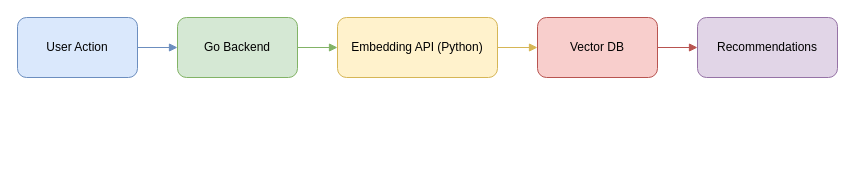
Above: docs/arquitetura.drawio in lorenaziviani/affinity_mind (draw.io), before the change. Source tidied: cells renumbered, new cells numbered last; positions are measured from the earlier drawing's top-left corner, leaving out a move shared by most shapes. Both pictures are drawn from the tidied source at 100%, with x=0, y=0 at pixel (17, 17).
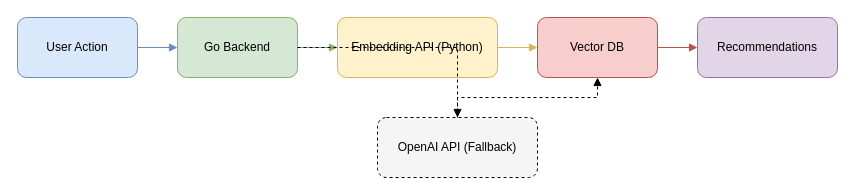
The same page after the edit.

Commit message (it also covers changes not shown here):
Add embedding microservice (FastAPI), update docs and architecture

The edit, as a diff of the source:
```diff
@@
 <mxGraphModel>
   <root>
     <mxCell id="0" />
     <mxCell id="1" parent="0" />
     <mxCell id="2" value="User Action" style="rounded=1;whiteSpace=wrap;html=1;fillColor=#dae8fc;strokeColor=#6c8ebf;" parent="1" vertex="1">
       <mxGeometry width="120" height="60" as="geometry" />
     </mxCell>
     <mxCell id="3" value="Go Backend" style="rounded=1;whiteSpace=wrap;html=1;fillColor=#d5e8d4;strokeColor=#82b366;" parent="1" vertex="1">
       <mxGeometry x="160" width="120" height="60" as="geometry" />
     </mxCell>
     <mxCell id="4" value="Embedding API (Python)" style="rounded=1;whiteSpace=wrap;html=1;fillColor=#fff2cc;strokeColor=#d6b656;" parent="1" vertex="1">
       <mxGeometry x="320" width="160" height="60" as="geometry" />
     </mxCell>
     <mxCell id="5" value="Vector DB" style="rounded=1;whiteSpace=wrap;html=1;fillColor=#f8cecc;strokeColor=#b85450;" parent="1" vertex="1">
       <mxGeometry x="520" width="120" height="60" as="geometry" />
     </mxCell>
     <mxCell id="6" value="Recommendations" style="rounded=1;whiteSpace=wrap;html=1;fillColor=#e1d5e7;strokeColor=#9673a6;" parent="1" vertex="1">
       <mxGeometry x="680" width="140" height="60" as="geometry" />
     </mxCell>
     <mxCell id="7" style="edgeStyle=orthogonalEdgeStyle;rounded=0;jettySize=auto;html=1;endArrow=block;endFill=1;strokeColor=#6c8ebf;" parent="1" edge="1" source="2" target="3">
       <mxGeometry relative="1" as="geometry" />
     </mxCell>
     <mxCell id="8" style="edgeStyle=orthogonalEdgeStyle;rounded=0;jettySize=auto;html=1;endArrow=block;endFill=1;strokeColor=#82b366;" parent="1" edge="1" source="3" target="4">
       <mxGeometry relative="1" as="geometry" />
     </mxCell>
     <mxCell id="9" style="edgeStyle=orthogonalEdgeStyle;rounded=0;jettySize=auto;html=1;endArrow=block;endFill=1;strokeColor=#d6b656;" parent="1" edge="1" source="4" target="5">
       <mxGeometry relative="1" as="geometry" />
     </mxCell>
     <mxCell id="10" style="edgeStyle=orthogonalEdgeStyle;rounded=0;jettySize=auto;html=1;endArrow=block;endFill=1;strokeColor=#b85450;" parent="1" edge="1" source="5" target="6">
       <mxGeometry relative="1" as="geometry" />
     </mxCell>
+    <mxCell id="11" value="OpenAI API (Fallback)" style="rounded=1;whiteSpace=wrap;html=1;fillColor=#f5f5f5;strokeColor=#000000;dashed=1;" parent="1" vertex="1">
+      <mxGeometry x="360" y="100" width="160" height="60" as="geometry" />
+    </mxCell>
+    <mxCell id="12" style="edgeStyle=orthogonalEdgeStyle;rounded=0;jettySize=auto;html=1;dashed=1;endArrow=block;endFill=1;strokeColor=#000000;" parent="1" edge="1" source="3" target="11">
+      <mxGeometry relative="1" as="geometry">
+        <mxPoint x="480" y="180" as="offset" />
+      </mxGeometry>
+    </mxCell>
+    <mxCell id="13" style="edgeStyle=orthogonalEdgeStyle;rounded=0;jettySize=auto;html=1;dashed=1;endArrow=block;endFill=1;strokeColor=#000000;" parent="1" edge="1" source="11" target="5">
+      <mxGeometry relative="1" as="geometry" />
+    </mxCell>
   </root>
 </mxGraphModel>
```
